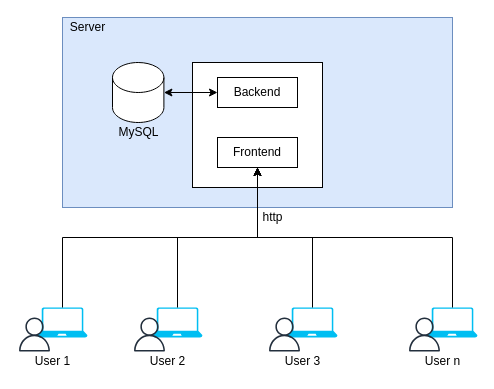
Above: page "System Architecture" (4 of 5) of Diagrams.drawio in FaisZ/KPISystem (draw.io), before the change. Source tidied: cells renumbered, new cells numbered last; positions are measured from the earlier drawing's top-left corner, leaving out a move shared by most shapes. Both pictures are drawn from the tidied source at 100%, with x=0, y=0 at pixel (17, 17).
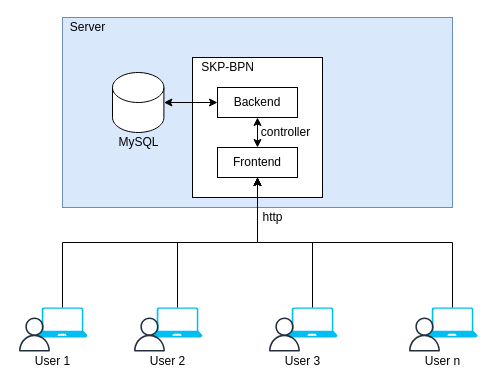
The same page after the edit.

Change to the diagram source:
```diff
@@
     <mxCell id="8" style="rounded=0;whiteSpace=wrap;html=1;" parent="1" vertex="1">
-      <mxGeometry x="175" y="45" width="130" height="125" as="geometry" />
+      <mxGeometry x="175" y="40" width="130" height="140" as="geometry" />
     </mxCell>
@@
     <mxCell id="30" value="Frontend" style="rounded=0;whiteSpace=wrap;html=1;" parent="1" vertex="1">
-      <mxGeometry x="200" y="120" width="80" height="30" as="geometry" />
+      <mxGeometry x="200" y="130" width="80" height="30" as="geometry" />
     </mxCell>
+    <mxCell id="35" style="edgeStyle=orthogonalEdgeStyle;rounded=0;jettySize=auto;html=1;startArrow=classic;startFill=1;" parent="1" edge="1" source="31" target="30">
+      <mxGeometry relative="1" as="geometry" />
+    </mxCell>
     <mxCell id="31" value="Backend" style="rounded=0;whiteSpace=wrap;html=1;" parent="1" vertex="1">
-      <mxGeometry x="200" y="60" width="80" height="30" as="geometry" />
+      <mxGeometry x="200" y="70" width="80" height="30" as="geometry" />
     </mxCell>
@@
     <mxCell id="33" style="shape=cylinder3;whiteSpace=wrap;html=1;boundedLbl=1;backgroundOutline=1;size=15;" parent="1" vertex="1">
-      <mxGeometry x="95" y="45" width="51.4" height="60" as="geometry" />
+      <mxGeometry x="95" y="55" width="51.4" height="60" as="geometry" />
     </mxCell>
     <mxCell id="34" value="MySQL" style="text;html=1;align=center;verticalAlign=middle;strokeColor=none;fillColor=none;" parent="1" vertex="1">
-      <mxGeometry x="90.7" y="105" width="60" height="20" as="geometry" />
+      <mxGeometry x="90.7" y="115" width="60" height="20" as="geometry" />
     </mxCell>
+    <mxCell id="36" value="SKP-BPN" style="text;html=1;align=center;verticalAlign=middle;strokeColor=none;fillColor=none;" parent="1" vertex="1">
+      <mxGeometry x="175" y="40" width="70" height="20" as="geometry" />
+    </mxCell>
+    <mxCell id="37" value="controller" style="text;html=1;align=center;verticalAlign=middle;strokeColor=none;fillColor=none;" parent="1" vertex="1">
+      <mxGeometry x="238" y="105" width="60" height="20" as="geometry" />
+    </mxCell>
```
